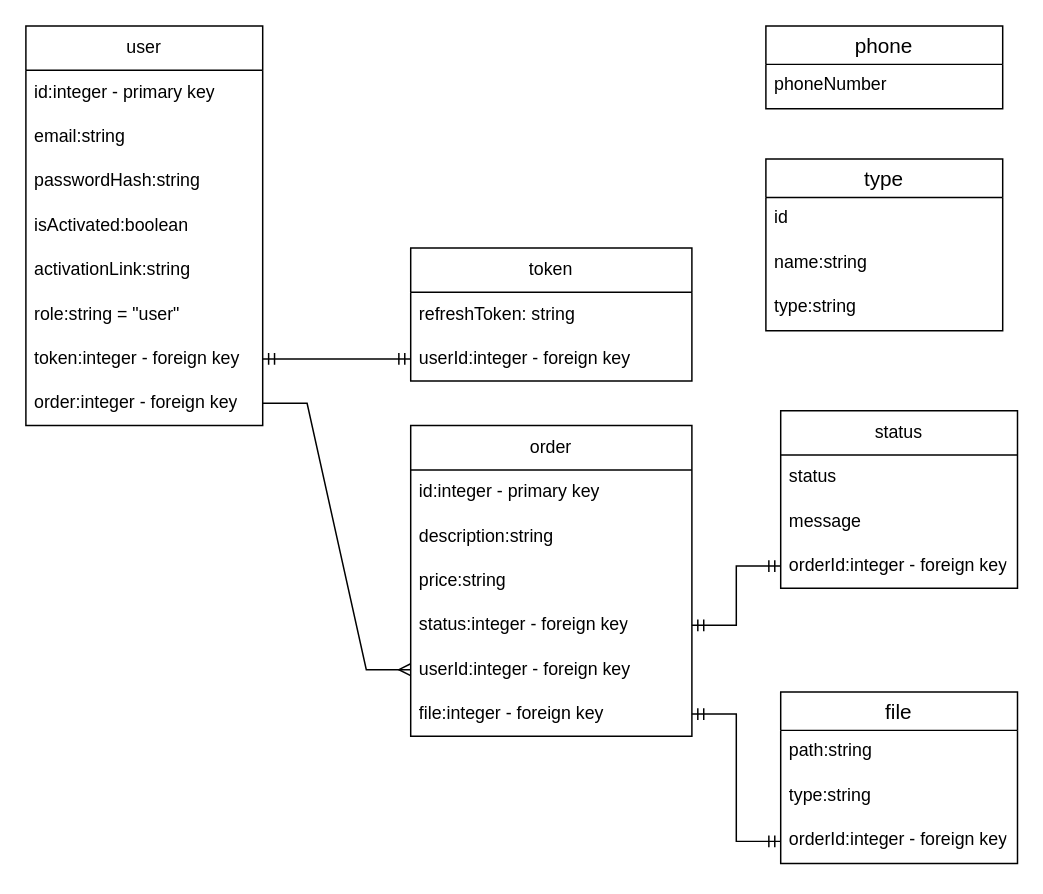
Earlier version of the draw.io diagram ER.drawio (mv-Arthur/diploma). Source tidied: cells renumbered, new cells numbered last; positions are measured from the earlier drawing's top-left corner, leaving out a move shared by most shapes. Both pictures are drawn from the tidied source at 148%, with x=0, y=0 at pixel (25, 25).
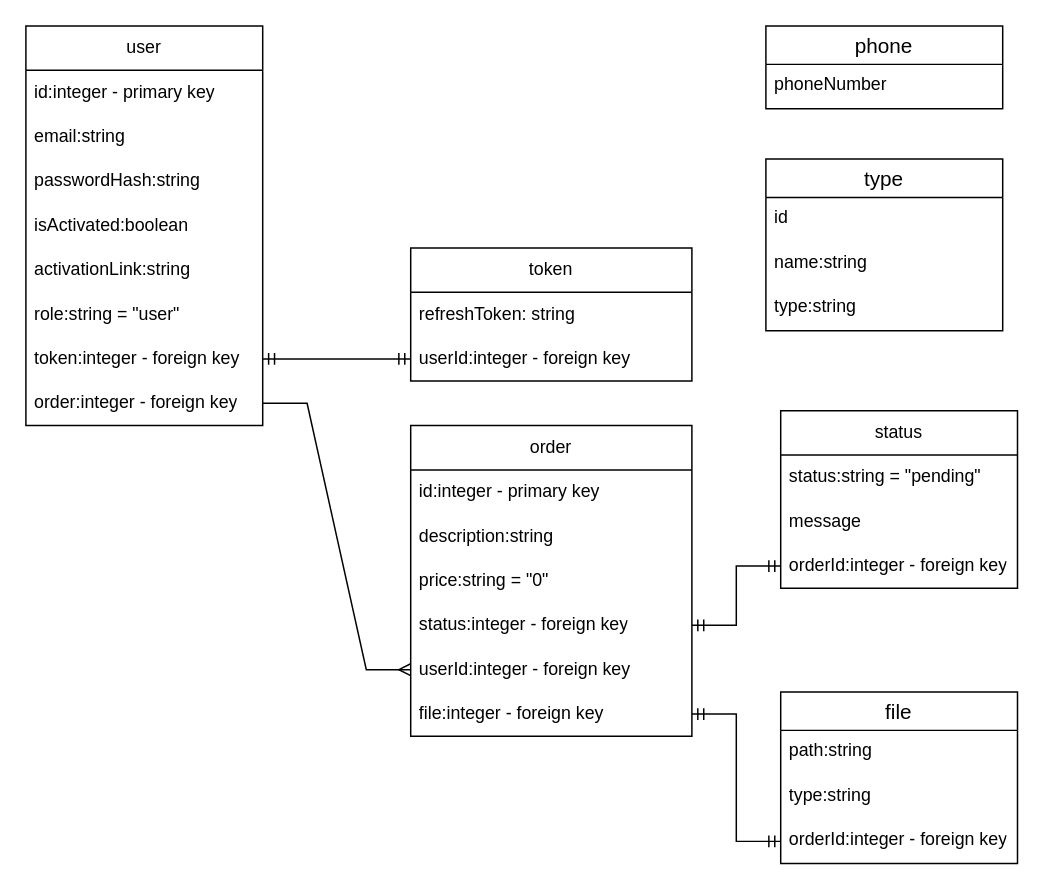
The same diagram, later.

Unchanged cells that the change refers to:
```xml
<mxCell id="15" value="order" style="swimlane;fontStyle=0;horizontal=1;startSize=30;whiteSpace=wrap;html=1;" parent="1" vertex="1">
  <mxGeometry x="260" y="270" width="190" height="210" as="geometry" />
</mxCell>
<mxCell id="34" value="status" style="swimlane;fontStyle=0;horizontal=1;startSize=30;whiteSpace=wrap;html=1;" parent="1" vertex="1">
  <mxGeometry x="510" y="260" width="160" height="120" as="geometry" />
</mxCell>
```

The edit, as a diff of the source:
```diff
@@
-    <mxCell id="18" value="price:string" style="text;strokeColor=none;fillColor=none;align=left;verticalAlign=middle;spacingLeft=4;spacingRight=4;overflow=hidden;whiteSpace=wrap;html=1;" parent="15" vertex="1">
+    <mxCell id="18" value="price:string = &quot;0&quot;" style="text;strokeColor=none;fillColor=none;align=left;verticalAlign=middle;spacingLeft=4;spacingRight=4;overflow=hidden;whiteSpace=wrap;html=1;" parent="15" vertex="1">
       <mxGeometry y="90" width="190" height="30" as="geometry" />
     </mxCell>
@@
-    <mxCell id="35" value="status" style="text;strokeColor=none;fillColor=none;align=left;verticalAlign=middle;spacingLeft=4;spacingRight=4;overflow=hidden;whiteSpace=wrap;html=1;" parent="34" vertex="1">
+    <mxCell id="35" value="status:string = &quot;pending&quot;" style="text;strokeColor=none;fillColor=none;align=left;verticalAlign=middle;spacingLeft=4;spacingRight=4;overflow=hidden;whiteSpace=wrap;html=1;" parent="34" vertex="1">
       <mxGeometry y="30" width="160" height="30" as="geometry" />
     </mxCell>
```
